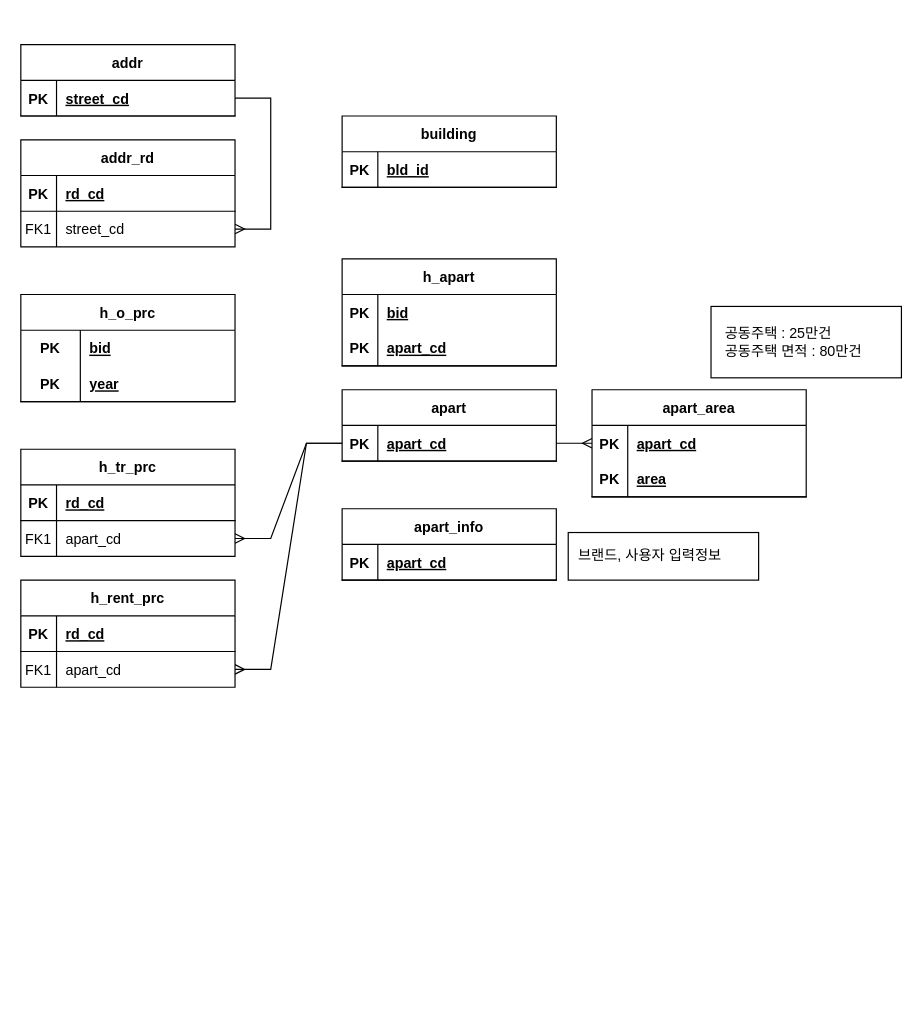
Above: knowingasset Diagram.drawio in steve92son/test (draw.io), before the change. Source tidied: cells renumbered, new cells numbered last; positions are measured from the earlier drawing's top-left corner, leaving out a move shared by most shapes. Both pictures are drawn from the tidied source at 119%, with x=0, y=0 at pixel (20, 44).
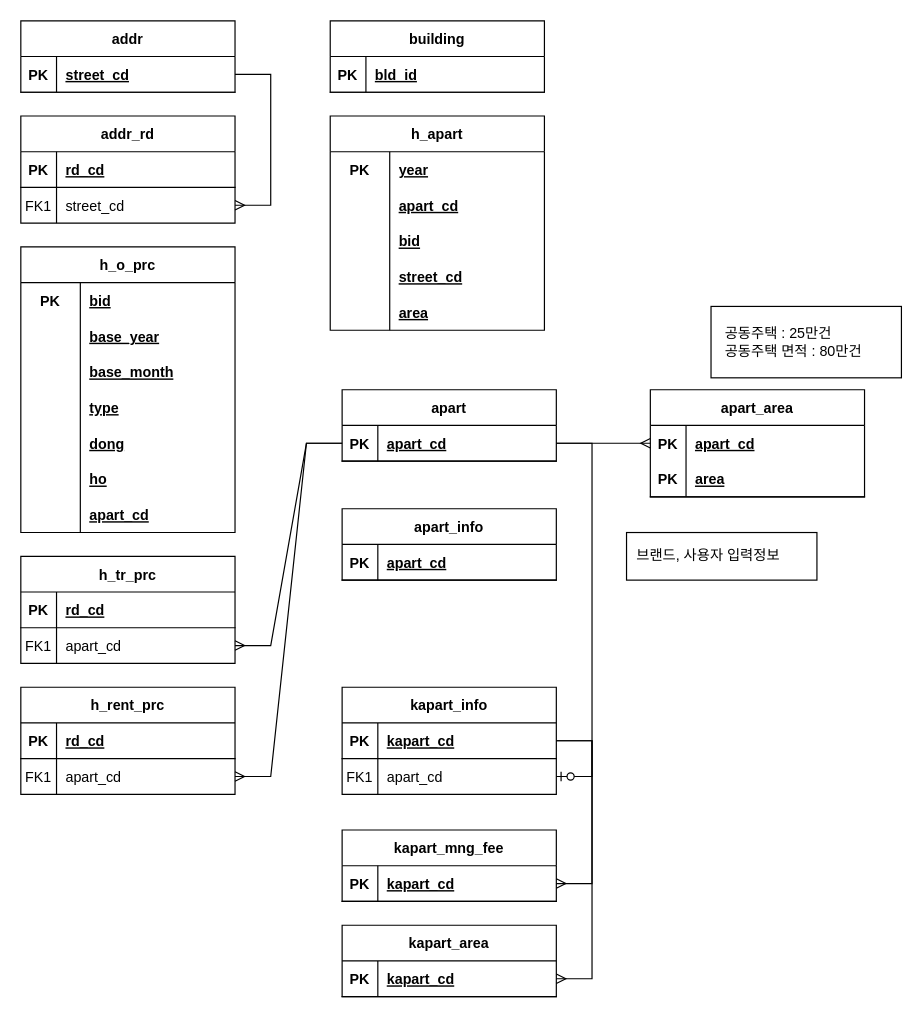
Above is the later version.

The change refers to these unchanged cells:
```xml
<mxCell id="33" style="shape=tableRow;horizontal=0;startSize=0;swimlaneHead=0;swimlaneBody=0;fillColor=none;points=[[0,0.5],[1,0.5]];portConstraint=eastwest;top=0;left=0;right=0;bottom=1;" parent="32" vertex="1">
  <mxGeometry y="30" width="180" height="30" as="geometry" />
</mxCell>
```

The edit, as a diff of the source:
```diff
@@
     <mxCell id="2" value="addr" style="shape=table;startSize=30;childLayout=tableLayout;rowLines=0;fontStyle=1;align=center;" parent="1" vertex="1">
-      <mxGeometry width="180" height="60" as="geometry" />
+      <mxGeometry y="-20" width="180" height="60" as="geometry" />
     </mxCell>
@@
     <mxCell id="6" value="addr_rd" style="shape=table;startSize=30;childLayout=tableLayout;rowLines=0;fontStyle=1;align=center;" parent="1" vertex="1">
-      <mxGeometry y="80" width="180" height="90" as="geometry" />
+      <mxGeometry y="60" width="180" height="90" as="geometry" />
     </mxCell>
@@
     <mxCell id="14" value="building" style="shape=table;startSize=30;childLayout=tableLayout;rowLines=0;fontStyle=1;align=center;" parent="1" vertex="1">
-      <mxGeometry x="270" y="60" width="180" height="60" as="geometry" />
+      <mxGeometry x="260" y="-20" width="180" height="60" as="geometry" />
     </mxCell>
@@
     <mxCell id="18" value="h_o_prc" style="shape=table;startSize=30;childLayout=tableLayout;rowLines=0;fontStyle=1;align=center;" parent="1" vertex="1">
-      <mxGeometry y="210" width="180" height="90" as="geometry" />
+      <mxGeometry y="170" width="180" height="240" as="geometry" />
     </mxCell>
@@
-    <mxCell id="22" style="shape=tableRow;horizontal=0;startSize=0;swimlaneHead=0;swimlaneBody=0;fillColor=none;top=0;left=0;right=0;bottom=1;" parent="18" vertex="1">
-      <mxGeometry y="60" width="180" height="30" as="geometry" />
-    </mxCell>
-    <mxCell id="23" value="PK" style="shape=partialRectangle;fillColor=none;top=0;left=0;bottom=0;right=0;fontStyle=1;overflow=hidden;" parent="22" vertex="1">
-      <mxGeometry width="50" height="30" as="geometry" />
-    </mxCell>
-    <mxCell id="24" value="year" style="shape=partialRectangle;fillColor=none;top=0;left=0;bottom=0;right=0;align=left;spacingLeft=6;fontStyle=5;overflow=hidden;" parent="22" vertex="1">
-      <mxGeometry x="50" width="130" height="30" as="geometry" />
-    </mxCell>
-    <mxCell id="25" value="h_apart" style="shape=table;startSize=30;childLayout=tableLayout;rowLines=0;fontStyle=1;align=center;" parent="1" vertex="1">
-      <mxGeometry x="270" y="180" width="180" height="90" as="geometry" />
-    </mxCell>
-    <mxCell id="26" style="shape=tableRow;horizontal=0;startSize=0;swimlaneHead=0;swimlaneBody=0;fillColor=none;top=0;left=0;right=0;bottom=0;" parent="25" vertex="1">
-      <mxGeometry y="30" width="180" height="30" as="geometry" />
-    </mxCell>
-    <mxCell id="27" value="PK" style="shape=partialRectangle;fillColor=none;top=0;left=0;bottom=0;right=0;fontStyle=1;overflow=hidden;" parent="26" vertex="1">
-      <mxGeometry width="30" height="30" as="geometry" />
-    </mxCell>
-    <mxCell id="28" value="bid" style="shape=partialRectangle;fillColor=none;top=0;left=0;bottom=0;right=0;align=left;spacingLeft=6;fontStyle=5;overflow=hidden;" parent="26" vertex="1">
-      <mxGeometry x="30" width="150" height="30" as="geometry" />
-    </mxCell>
-    <mxCell id="29" style="shape=tableRow;horizontal=0;startSize=0;swimlaneHead=0;swimlaneBody=0;fillColor=none;top=0;left=0;right=0;bottom=1;" parent="25" vertex="1">
-      <mxGeometry y="60" width="180" height="30" as="geometry" />
-    </mxCell>
-    <mxCell id="30" value="PK" style="shape=partialRectangle;fillColor=none;top=0;left=0;bottom=0;right=0;fontStyle=1;overflow=hidden;" parent="29" vertex="1">
-      <mxGeometry width="30" height="30" as="geometry" />
-    </mxCell>
-    <mxCell id="31" value="apart_cd" style="shape=partialRectangle;fillColor=none;top=0;left=0;bottom=0;right=0;align=left;spacingLeft=6;fontStyle=5;overflow=hidden;" parent="29" vertex="1">
-      <mxGeometry x="30" width="150" height="30" as="geometry" />
-    </mxCell>
+    <mxCell id="66" style="shape=tableRow;horizontal=0;startSize=0;swimlaneHead=0;swimlaneBody=0;fillColor=none;top=0;left=0;right=0;bottom=0;" parent="18" vertex="1">
+      <mxGeometry y="60" width="180" height="30" as="geometry" />
+    </mxCell>
+    <mxCell id="67" style="shape=partialRectangle;fillColor=none;top=0;left=0;bottom=0;right=0;fontStyle=1;overflow=hidden;" parent="66" vertex="1">
+      <mxGeometry width="50" height="30" as="geometry" />
+    </mxCell>
+    <mxCell id="68" style="shape=partialRectangle;fillColor=none;top=0;left=0;bottom=0;right=0;align=left;spacingLeft=6;fontStyle=5;overflow=hidden;" parent="66" vertex="1">
+      <mxGeometry x="50" width="130" height="30" as="geometry" />
+    </mxCell>
+    <mxCell id="69" style="shape=tableRow;horizontal=0;startSize=0;swimlaneHead=0;swimlaneBody=0;fillColor=none;top=0;left=0;right=0;bottom=0;" parent="18" vertex="1">
+      <mxGeometry y="90" width="180" height="30" as="geometry" />
+    </mxCell>
+    <mxCell id="70" style="shape=partialRectangle;fillColor=none;top=0;left=0;bottom=0;right=0;fontStyle=1;overflow=hidden;" parent="69" vertex="1">
+      <mxGeometry width="50" height="30" as="geometry" />
+    </mxCell>
+    <mxCell id="71" style="shape=partialRectangle;fillColor=none;top=0;left=0;bottom=0;right=0;align=left;spacingLeft=6;fontStyle=5;overflow=hidden;" parent="69" vertex="1">
+      <mxGeometry x="50" width="130" height="30" as="geometry" />
+    </mxCell>
+    <mxCell id="72" style="shape=tableRow;horizontal=0;startSize=0;swimlaneHead=0;swimlaneBody=0;fillColor=none;top=0;left=0;right=0;bottom=0;" parent="18" vertex="1">
+      <mxGeometry y="120" width="180" height="30" as="geometry" />
+    </mxCell>
+    <mxCell id="73" style="shape=partialRectangle;fillColor=none;top=0;left=0;bottom=0;right=0;fontStyle=1;overflow=hidden;" parent="72" vertex="1">
+      <mxGeometry width="50" height="30" as="geometry" />
+    </mxCell>
+    <mxCell id="74" style="shape=partialRectangle;fillColor=none;top=0;left=0;bottom=0;right=0;align=left;spacingLeft=6;fontStyle=5;overflow=hidden;" parent="72" vertex="1">
+      <mxGeometry x="50" width="130" height="30" as="geometry" />
+    </mxCell>
+    <mxCell id="75" style="shape=tableRow;horizontal=0;startSize=0;swimlaneHead=0;swimlaneBody=0;fillColor=none;top=0;left=0;right=0;bottom=0;" parent="18" vertex="1">
+      <mxGeometry y="150" width="180" height="30" as="geometry" />
+    </mxCell>
+    <mxCell id="76" style="shape=partialRectangle;fillColor=none;top=0;left=0;bottom=0;right=0;fontStyle=1;overflow=hidden;" parent="75" vertex="1">
+      <mxGeometry width="50" height="30" as="geometry" />
+    </mxCell>
+    <mxCell id="77" style="shape=partialRectangle;fillColor=none;top=0;left=0;bottom=0;right=0;align=left;spacingLeft=6;fontStyle=5;overflow=hidden;" parent="75" vertex="1">
+      <mxGeometry x="50" width="130" height="30" as="geometry" />
+    </mxCell>
+    <mxCell id="78" style="shape=tableRow;horizontal=0;startSize=0;swimlaneHead=0;swimlaneBody=0;fillColor=none;top=0;left=0;right=0;bottom=0;" parent="18" vertex="1">
+      <mxGeometry y="180" width="180" height="30" as="geometry" />
+    </mxCell>
+    <mxCell id="79" style="shape=partialRectangle;fillColor=none;top=0;left=0;bottom=0;right=0;fontStyle=1;overflow=hidden;" parent="78" vertex="1">
+      <mxGeometry width="50" height="30" as="geometry" />
+    </mxCell>
+    <mxCell id="80" style="shape=partialRectangle;fillColor=none;top=0;left=0;bottom=0;right=0;align=left;spacingLeft=6;fontStyle=5;overflow=hidden;" parent="78" vertex="1">
+      <mxGeometry x="50" width="130" height="30" as="geometry" />
+    </mxCell>
+    <mxCell id="81" style="shape=tableRow;horizontal=0;startSize=0;swimlaneHead=0;swimlaneBody=0;fillColor=none;top=0;left=0;right=0;bottom=0;" parent="18" vertex="1">
+      <mxGeometry y="210" width="180" height="30" as="geometry" />
+    </mxCell>
+    <mxCell id="82" style="shape=partialRectangle;fillColor=none;top=0;left=0;bottom=0;right=0;fontStyle=1;overflow=hidden;" parent="81" vertex="1">
+      <mxGeometry width="50" height="30" as="geometry" />
+    </mxCell>
+    <mxCell id="83" style="shape=partialRectangle;fillColor=none;top=0;left=0;bottom=0;right=0;align=left;spacingLeft=6;fontStyle=5;overflow=hidden;" parent="81" vertex="1">
+      <mxGeometry x="50" width="130" height="30" as="geometry" />
+    </mxCell>
@@
     <mxCell id="36" value="h_tr_prc" style="shape=table;startSize=30;childLayout=tableLayout;rowLines=0;fontStyle=1;align=center;" parent="1" vertex="1">
-      <mxGeometry y="340" width="180" height="90" as="geometry" />
+      <mxGeometry y="430" width="180" height="90" as="geometry" />
     </mxCell>
@@
     <mxCell id="43" value="h_rent_prc" style="shape=table;startSize=30;childLayout=tableLayout;rowLines=0;fontStyle=1;align=center;" parent="1" vertex="1">
-      <mxGeometry y="450" width="180" height="90" as="geometry" />
+      <mxGeometry y="540" width="180" height="90" as="geometry" />
     </mxCell>
@@
     <mxCell id="53" value="apart_area" style="shape=table;startSize=30;childLayout=tableLayout;rowLines=0;fontStyle=1;align=center;" parent="1" vertex="1">
-      <mxGeometry x="480" y="290" width="180" height="90" as="geometry" />
+      <mxGeometry x="529" y="290" width="180" height="90" as="geometry" />
     </mxCell>
@@
     <mxCell id="65" value="&amp;nbsp; 브랜드, 사용자 입력정보" style="rounded=0;whiteSpace=wrap;html=1;align=left;" parent="1" vertex="1">
-      <mxGeometry x="460" y="410" width="160" height="40" as="geometry" />
+      <mxGeometry x="509" y="410" width="160" height="40" as="geometry" />
     </mxCell>
+    <mxCell id="84" value="base_year" style="shape=partialRectangle;fillColor=none;top=0;left=0;bottom=0;right=0;align=left;spacingLeft=6;fontStyle=5;overflow=hidden;" parent="1" vertex="1">
+      <mxGeometry x="50" y="230" width="130" height="30" as="geometry" />
+    </mxCell>
+    <mxCell id="85" value="base_month" style="shape=partialRectangle;fillColor=none;top=0;left=0;bottom=0;right=0;align=left;spacingLeft=6;fontStyle=5;overflow=hidden;" parent="1" vertex="1">
+      <mxGeometry x="50" y="260" width="130" height="30" as="geometry" />
+    </mxCell>
+    <mxCell id="86" value="type" style="shape=partialRectangle;fillColor=none;top=0;left=0;bottom=0;right=0;align=left;spacingLeft=6;fontStyle=5;overflow=hidden;" parent="1" vertex="1">
+      <mxGeometry x="50" y="290" width="130" height="30" as="geometry" />
+    </mxCell>
+    <mxCell id="87" value="dong" style="shape=partialRectangle;fillColor=none;top=0;left=0;bottom=0;right=0;align=left;spacingLeft=6;fontStyle=5;overflow=hidden;" parent="1" vertex="1">
+      <mxGeometry x="50" y="320" width="130" height="30" as="geometry" />
+    </mxCell>
+    <mxCell id="88" value="ho" style="shape=partialRectangle;fillColor=none;top=0;left=0;bottom=0;right=0;align=left;spacingLeft=6;fontStyle=5;overflow=hidden;" parent="1" vertex="1">
+      <mxGeometry x="50" y="350" width="130" height="30" as="geometry" />
+    </mxCell>
+    <mxCell id="89" value="apart_cd" style="shape=partialRectangle;fillColor=none;top=0;left=0;bottom=0;right=0;align=left;spacingLeft=6;fontStyle=5;overflow=hidden;" parent="1" vertex="1">
+      <mxGeometry x="50" y="380" width="130" height="30" as="geometry" />
+    </mxCell>
+    <mxCell id="25" value="h_apart" style="shape=table;startSize=30;childLayout=tableLayout;rowLines=0;fontStyle=1;align=center;" parent="1" vertex="1">
+      <mxGeometry x="260" y="60" width="180" height="180" as="geometry" />
+    </mxCell>
+    <mxCell id="26" style="shape=tableRow;horizontal=0;startSize=0;swimlaneHead=0;swimlaneBody=0;fillColor=none;top=0;left=0;right=0;bottom=0;" parent="25" vertex="1">
+      <mxGeometry y="30" width="180" height="30" as="geometry" />
+    </mxCell>
+    <mxCell id="23" value="PK" style="shape=partialRectangle;fillColor=none;top=0;left=0;bottom=0;right=0;fontStyle=1;overflow=hidden;" parent="26" vertex="1">
+      <mxGeometry width="50" height="30" as="geometry" />
+    </mxCell>
+    <mxCell id="24" value="year" style="shape=partialRectangle;fillColor=none;top=0;left=0;bottom=0;right=0;align=left;spacingLeft=6;fontStyle=5;overflow=hidden;" parent="26" vertex="1">
+      <mxGeometry x="50" width="130" height="30" as="geometry" />
+    </mxCell>
+    <mxCell id="90" style="shape=tableRow;horizontal=0;startSize=0;swimlaneHead=0;swimlaneBody=0;fillColor=none;top=0;left=0;right=0;bottom=0;" parent="25" vertex="1">
+      <mxGeometry y="60" width="180" height="30" as="geometry" />
+    </mxCell>
+    <mxCell id="91" style="shape=partialRectangle;fillColor=none;top=0;left=0;bottom=0;right=0;fontStyle=1;overflow=hidden;" parent="90" vertex="1">
+      <mxGeometry width="50" height="30" as="geometry" />
+    </mxCell>
+    <mxCell id="92" style="shape=partialRectangle;fillColor=none;top=0;left=0;bottom=0;right=0;align=left;spacingLeft=6;fontStyle=5;overflow=hidden;" parent="90" vertex="1">
+      <mxGeometry x="50" width="130" height="30" as="geometry" />
+    </mxCell>
+    <mxCell id="93" style="shape=tableRow;horizontal=0;startSize=0;swimlaneHead=0;swimlaneBody=0;fillColor=none;top=0;left=0;right=0;bottom=0;" parent="25" vertex="1">
+      <mxGeometry y="90" width="180" height="30" as="geometry" />
+    </mxCell>
+    <mxCell id="94" style="shape=partialRectangle;fillColor=none;top=0;left=0;bottom=0;right=0;fontStyle=1;overflow=hidden;" parent="93" vertex="1">
+      <mxGeometry width="50" height="30" as="geometry" />
+    </mxCell>
+    <mxCell id="95" style="shape=partialRectangle;fillColor=none;top=0;left=0;bottom=0;right=0;align=left;spacingLeft=6;fontStyle=5;overflow=hidden;" parent="93" vertex="1">
+      <mxGeometry x="50" width="130" height="30" as="geometry" />
+    </mxCell>
+    <mxCell id="96" style="shape=tableRow;horizontal=0;startSize=0;swimlaneHead=0;swimlaneBody=0;fillColor=none;top=0;left=0;right=0;bottom=0;" parent="25" vertex="1">
+      <mxGeometry y="120" width="180" height="30" as="geometry" />
+    </mxCell>
+    <mxCell id="97" style="shape=partialRectangle;fillColor=none;top=0;left=0;bottom=0;right=0;fontStyle=1;overflow=hidden;" parent="96" vertex="1">
+      <mxGeometry width="50" height="30" as="geometry" />
+    </mxCell>
+    <mxCell id="98" style="shape=partialRectangle;fillColor=none;top=0;left=0;bottom=0;right=0;align=left;spacingLeft=6;fontStyle=5;overflow=hidden;" parent="96" vertex="1">
+      <mxGeometry x="50" width="130" height="30" as="geometry" />
+    </mxCell>
+    <mxCell id="99" style="shape=tableRow;horizontal=0;startSize=0;swimlaneHead=0;swimlaneBody=0;fillColor=none;top=0;left=0;right=0;bottom=0;" parent="25" vertex="1">
+      <mxGeometry y="150" width="180" height="30" as="geometry" />
+    </mxCell>
+    <mxCell id="100" style="shape=partialRectangle;fillColor=none;top=0;left=0;bottom=0;right=0;fontStyle=1;overflow=hidden;" parent="99" vertex="1">
+      <mxGeometry width="50" height="30" as="geometry" />
+    </mxCell>
+    <mxCell id="101" style="shape=partialRectangle;fillColor=none;top=0;left=0;bottom=0;right=0;align=left;spacingLeft=6;fontStyle=5;overflow=hidden;" parent="99" vertex="1">
+      <mxGeometry x="50" width="130" height="30" as="geometry" />
+    </mxCell>
+    <mxCell id="102" value="apart_cd" style="shape=partialRectangle;fillColor=none;top=0;left=0;bottom=0;right=0;align=left;spacingLeft=6;fontStyle=5;overflow=hidden;" parent="1" vertex="1">
+      <mxGeometry x="310" y="120" width="130" height="30" as="geometry" />
+    </mxCell>
+    <mxCell id="28" value="bid" style="shape=partialRectangle;fillColor=none;top=0;left=0;bottom=0;right=0;align=left;spacingLeft=6;fontStyle=5;overflow=hidden;" parent="1" vertex="1">
+      <mxGeometry x="310" y="150" width="130" height="30" as="geometry" />
+    </mxCell>
+    <mxCell id="103" value="street_cd" style="shape=partialRectangle;fillColor=none;top=0;left=0;bottom=0;right=0;align=left;spacingLeft=6;fontStyle=5;overflow=hidden;" parent="1" vertex="1">
+      <mxGeometry x="310" y="180" width="130" height="30" as="geometry" />
+    </mxCell>
+    <mxCell id="104" value="area" style="shape=partialRectangle;fillColor=none;top=0;left=0;bottom=0;right=0;align=left;spacingLeft=6;fontStyle=5;overflow=hidden;" parent="1" vertex="1">
+      <mxGeometry x="310" y="210" width="130" height="30" as="geometry" />
+    </mxCell>
+    <mxCell id="105" value="kapart_info" style="shape=table;startSize=30;childLayout=tableLayout;rowLines=0;fontStyle=1;align=center;" parent="1" vertex="1">
+      <mxGeometry x="270" y="540" width="180" height="90" as="geometry" />
+    </mxCell>
+    <mxCell id="106" style="shape=partialRectangle;fillColor=none;points=[[0,0.5],[1,0.5]];portConstraint=eastwest;top=0;left=0;right=0;bottom=1;" parent="105" vertex="1">
+      <mxGeometry y="30" width="180" height="30" as="geometry" />
+    </mxCell>
+    <mxCell id="107" value="PK" style="shape=partialRectangle;overflow=hidden;fillColor=none;top=0;left=0;bottom=0;right=0;fontStyle=1;" parent="106" vertex="1">
+      <mxGeometry width="30" height="30" as="geometry" />
+    </mxCell>
+    <mxCell id="108" value="kapart_cd" style="shape=partialRectangle;overflow=hidden;fillColor=none;top=0;left=0;bottom=0;right=0;align=left;spacingLeft=6;fontStyle=5;" parent="106" vertex="1">
+      <mxGeometry x="30" width="150" height="30" as="geometry" />
+    </mxCell>
+    <mxCell id="109" style="shape=partialRectangle;fillColor=none;points=[[0,0.5],[1,0.5]];portConstraint=eastwest;top=0;left=0;right=0;bottom=0;" parent="105" vertex="1">
+      <mxGeometry y="60" width="180" height="30" as="geometry" />
+    </mxCell>
+    <mxCell id="110" value="FK1" style="shape=partialRectangle;overflow=hidden;fillColor=none;top=0;left=0;bottom=0;right=0;" parent="109" vertex="1">
+      <mxGeometry width="30" height="30" as="geometry" />
+    </mxCell>
+    <mxCell id="111" value="apart_cd" style="shape=partialRectangle;overflow=hidden;fillColor=none;top=0;left=0;bottom=0;right=0;align=left;spacingLeft=6;" parent="109" vertex="1">
+      <mxGeometry x="30" width="150" height="30" as="geometry" />
+    </mxCell>
+    <mxCell id="112" style="edgeStyle=entityRelationEdgeStyle;fontSize=12;html=1;endArrow=ERzeroToOne;endFill=1;rounded=0;exitX=1;exitY=0.5;exitDx=0;exitDy=0;" parent="1" edge="1" source="33" target="109">
+      <mxGeometry relative="1" as="geometry" />
+    </mxCell>
+    <mxCell id="113" value="kapart_mng_fee" style="shape=table;startSize=30;childLayout=tableLayout;rowLines=0;fontStyle=1;align=center;" parent="1" vertex="1">
+      <mxGeometry x="270" y="660" width="180" height="60" as="geometry" />
+    </mxCell>
+    <mxCell id="114" style="shape=partialRectangle;fillColor=none;points=[[0,0.5],[1,0.5]];portConstraint=eastwest;top=0;left=0;right=0;bottom=1;" parent="113" vertex="1">
+      <mxGeometry y="30" width="180" height="30" as="geometry" />
+    </mxCell>
+    <mxCell id="115" value="PK" style="shape=partialRectangle;overflow=hidden;fillColor=none;top=0;left=0;bottom=0;right=0;fontStyle=1;" parent="114" vertex="1">
+      <mxGeometry width="30" height="30" as="geometry" />
+    </mxCell>
+    <mxCell id="116" value="kapart_cd" style="shape=partialRectangle;overflow=hidden;fillColor=none;top=0;left=0;bottom=0;right=0;align=left;spacingLeft=6;fontStyle=5;" parent="114" vertex="1">
+      <mxGeometry x="30" width="150" height="30" as="geometry" />
+    </mxCell>
+    <mxCell id="117" value="kapart_area" style="shape=table;startSize=30;childLayout=tableLayout;rowLines=0;fontStyle=1;align=center;" parent="1" vertex="1">
+      <mxGeometry x="270" y="740" width="180" height="60" as="geometry" />
+    </mxCell>
+    <mxCell id="118" style="shape=partialRectangle;fillColor=none;points=[[0,0.5],[1,0.5]];portConstraint=eastwest;top=0;left=0;right=0;bottom=1;" parent="117" vertex="1">
+      <mxGeometry y="30" width="180" height="30" as="geometry" />
+    </mxCell>
+    <mxCell id="119" value="PK" style="shape=partialRectangle;overflow=hidden;fillColor=none;top=0;left=0;bottom=0;right=0;fontStyle=1;" parent="118" vertex="1">
+      <mxGeometry width="30" height="30" as="geometry" />
+    </mxCell>
+    <mxCell id="120" value="kapart_cd" style="shape=partialRectangle;overflow=hidden;fillColor=none;top=0;left=0;bottom=0;right=0;align=left;spacingLeft=6;fontStyle=5;" parent="118" vertex="1">
+      <mxGeometry x="30" width="150" height="30" as="geometry" />
+    </mxCell>
+    <mxCell id="121" style="edgeStyle=entityRelationEdgeStyle;fontSize=12;html=1;endArrow=ERmany;rounded=0;entryX=1;entryY=0.5;entryDx=0;entryDy=0;exitX=1;exitY=0.5;exitDx=0;exitDy=0;" parent="1" edge="1" source="106" target="114">
+      <mxGeometry relative="1" as="geometry" />
+    </mxCell>
+    <mxCell id="122" style="edgeStyle=entityRelationEdgeStyle;fontSize=12;html=1;endArrow=ERmany;rounded=0;entryX=1;entryY=0.5;entryDx=0;entryDy=0;exitX=1;exitY=0.5;exitDx=0;exitDy=0;" parent="1" edge="1" source="106" target="118">
+      <mxGeometry relative="1" as="geometry" />
+    </mxCell>
```
